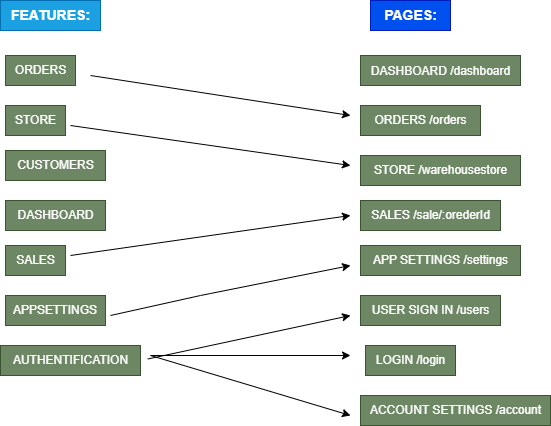
The draw.io diagram public/.drawio.png in jozefkubis/pharmacy, before a commit. Source tidied: cells renumbered, new cells last; positions are measured from the earlier drawing's top-left corner, leaving out a move shared by most shapes. The source it was exported from:
```xml
<mxGraphModel>
  <root>
    <mxCell id="0" />
    <mxCell id="1" parent="0" />
    <mxCell id="2" value="&lt;font style=&quot;font-size: 14px;&quot;&gt;&lt;b&gt;FEATURES:&lt;/b&gt;&lt;/font&gt;" style="text;html=1;align=center;verticalAlign=middle;strokeColor=#006EAF;fillColor=#1ba1e2;fontColor=#ffffff;" parent="1" vertex="1">
      <mxGeometry width="100" height="30" as="geometry" />
    </mxCell>
    <mxCell id="3" value="ORDERS" style="text;html=1;align=center;verticalAlign=middle;strokeColor=#3A5431;fillColor=#6d8764;fontColor=#ffffff;" parent="1" vertex="1">
      <mxGeometry x="5" y="55" width="70" height="30" as="geometry" />
    </mxCell>
    <mxCell id="4" value="STORE" style="text;html=1;align=center;verticalAlign=middle;strokeColor=#3A5431;fillColor=#6d8764;fontColor=#ffffff;" parent="1" vertex="1">
      <mxGeometry x="5" y="105" width="60" height="30" as="geometry" />
    </mxCell>
    <mxCell id="5" value="CUSTOMERS&lt;br&gt;" style="text;html=1;align=center;verticalAlign=middle;strokeColor=#3A5431;fillColor=#6d8764;fontColor=#ffffff;" parent="1" vertex="1">
      <mxGeometry x="5" y="150" width="100" height="30" as="geometry" />
    </mxCell>
    <mxCell id="6" value="DASHBOARD" style="text;html=1;align=center;verticalAlign=middle;strokeColor=#3A5431;fillColor=#6d8764;fontColor=#ffffff;" parent="1" vertex="1">
      <mxGeometry x="5" y="200" width="100" height="30" as="geometry" />
    </mxCell>
    <mxCell id="7" value="SALES" style="text;html=1;align=center;verticalAlign=middle;strokeColor=#3A5431;fillColor=#6d8764;fontColor=#ffffff;" parent="1" vertex="1">
      <mxGeometry x="5" y="245" width="60" height="30" as="geometry" />
    </mxCell>
    <mxCell id="8" value="APPSETTINGS" style="text;strokeColor=#3A5431;align=center;fillColor=#6d8764;html=1;verticalAlign=middle;whiteSpace=wrap;rounded=0;fontColor=#ffffff;" parent="1" vertex="1">
      <mxGeometry x="5" y="295" width="100" height="30" as="geometry" />
    </mxCell>
    <mxCell id="9" value="AUTHENTIFICATION" style="text;html=1;align=center;verticalAlign=middle;points=[];strokeColor=#3A5431;fillColor=#6d8764;fontColor=#ffffff;" parent="1" vertex="1">
      <mxGeometry y="345" width="140" height="30" as="geometry" />
    </mxCell>
    <mxCell id="10" value="&lt;b&gt;PAGES:&lt;/b&gt;" style="text;html=1;align=center;verticalAlign=middle;strokeColor=#001DBC;fillColor=#0050ef;fontSize=14;fontColor=#ffffff;" parent="1" vertex="1">
      <mxGeometry x="370" width="80" height="30" as="geometry" />
    </mxCell>
    <mxCell id="11" style="group;" parent="1" vertex="1">
      <mxGeometry x="360" y="55" width="190" height="370" as="geometry" />
    </mxCell>
    <mxCell id="12" value="&lt;font style=&quot;font-size: 12px;&quot;&gt;DASHBOARD /dashboard&lt;/font&gt;" style="text;html=1;align=center;verticalAlign=middle;strokeColor=#3A5431;fillColor=#6d8764;fontSize=14;fontColor=#ffffff;" parent="11" vertex="1">
      <mxGeometry width="160" height="30" as="geometry" />
    </mxCell>
    <mxCell id="13" value="ORDERS /orders" style="text;html=1;align=center;verticalAlign=middle;strokeColor=#3A5431;fillColor=#6d8764;fontSize=12;fontColor=#ffffff;" parent="11" vertex="1">
      <mxGeometry y="50" width="120" height="30" as="geometry" />
    </mxCell>
    <mxCell id="14" value="STORE /warehousestore" style="text;html=1;align=center;verticalAlign=middle;strokeColor=#3A5431;fillColor=#6d8764;fontSize=12;fontColor=#ffffff;" parent="11" vertex="1">
      <mxGeometry y="100" width="160" height="30" as="geometry" />
    </mxCell>
    <mxCell id="15" value="SALES /sale/:orederId" style="text;html=1;align=center;verticalAlign=middle;strokeColor=#3A5431;fillColor=#6d8764;fontSize=12;fontColor=#ffffff;" parent="11" vertex="1">
      <mxGeometry y="145" width="140" height="30" as="geometry" />
    </mxCell>
    <mxCell id="16" value="APP SETTINGS /settings" style="text;html=1;align=center;verticalAlign=middle;strokeColor=#3A5431;fillColor=#6d8764;fontSize=12;fontColor=#ffffff;" parent="11" vertex="1">
      <mxGeometry y="190" width="160" height="30" as="geometry" />
    </mxCell>
    <mxCell id="17" value="USER SIGN IN /users" style="text;html=1;align=center;verticalAlign=middle;strokeColor=#3A5431;fillColor=#6d8764;fontSize=12;fontColor=#ffffff;" parent="11" vertex="1">
      <mxGeometry y="240" width="140" height="30" as="geometry" />
    </mxCell>
    <mxCell id="18" value="LOGIN /login" style="text;html=1;align=center;verticalAlign=middle;strokeColor=#3A5431;fillColor=#6d8764;fontSize=12;fontColor=#ffffff;" parent="11" vertex="1">
      <mxGeometry x="5" y="290" width="90" height="30" as="geometry" />
    </mxCell>
    <mxCell id="19" value="ACCOUNT SETTINGS /account" style="text;html=1;align=center;verticalAlign=middle;strokeColor=#3A5431;fillColor=#6d8764;fontSize=12;fontColor=#ffffff;" parent="11" vertex="1">
      <mxGeometry y="340" width="190" height="30" as="geometry" />
    </mxCell>
    <mxCell id="20" style="endArrow=classic;html=1;fontSize=12;" parent="1" edge="1">
      <mxGeometry relative="1" as="geometry">
        <mxPoint x="90" y="75" as="sourcePoint" />
        <mxPoint x="350" y="115" as="targetPoint" />
      </mxGeometry>
    </mxCell>
    <mxCell id="21" style="endArrow=classic;html=1;fontSize=12;" parent="1" edge="1">
      <mxGeometry relative="1" as="geometry">
        <mxPoint x="70" y="125" as="sourcePoint" />
        <mxPoint x="350" y="165" as="targetPoint" />
      </mxGeometry>
    </mxCell>
    <mxCell id="22" style="endArrow=classic;html=1;fontSize=12;" parent="1" edge="1">
      <mxGeometry relative="1" as="geometry">
        <mxPoint x="70" y="255" as="sourcePoint" />
        <mxPoint x="350" y="215" as="targetPoint" />
      </mxGeometry>
    </mxCell>
    <mxCell id="23" style="endArrow=classic;html=1;fontSize=12;" parent="1" edge="1">
      <mxGeometry relative="1" as="geometry">
        <mxPoint x="110" y="315" as="sourcePoint" />
        <mxPoint x="350" y="265" as="targetPoint" />
        <Array as="points">
          <mxPoint x="200" y="295" />
        </Array>
      </mxGeometry>
    </mxCell>
    <mxCell id="24" style="endArrow=classic;html=1;fontSize=12;exitX=1.052;exitY=0.45;exitDx=0;exitDy=0;exitPerimeter=0;" parent="1" edge="1" source="9">
      <mxGeometry relative="1" as="geometry">
        <mxPoint x="350" y="315" as="targetPoint" />
      </mxGeometry>
    </mxCell>
    <mxCell id="25" style="endArrow=classic;html=1;fontSize=12;" parent="1" edge="1">
      <mxGeometry relative="1" as="geometry">
        <mxPoint x="150" y="355" as="sourcePoint" />
        <mxPoint x="350" y="355" as="targetPoint" />
      </mxGeometry>
    </mxCell>
    <mxCell id="26" style="endArrow=classic;html=1;fontSize=12;" parent="1" edge="1">
      <mxGeometry relative="1" as="geometry">
        <mxPoint x="150" y="355" as="sourcePoint" />
        <mxPoint x="350" y="415" as="targetPoint" />
      </mxGeometry>
    </mxCell>
  </root>
</mxGraphModel>
```
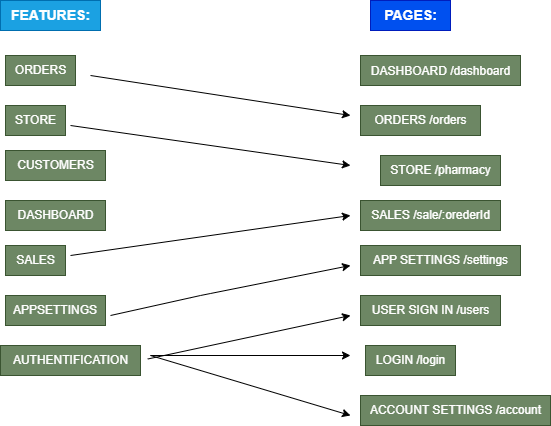
After the commit.

The edit, as a diff of the source:
```diff
@@ -38,8 +38,8 @@
     <mxCell id="13" value="ORDERS /orders" style="text;html=1;align=center;verticalAlign=middle;strokeColor=#3A5431;fillColor=#6d8764;fontSize=12;fontColor=#ffffff;" parent="11" vertex="1">
       <mxGeometry y="50" width="120" height="30" as="geometry" />
     </mxCell>
-    <mxCell id="14" value="STORE /warehousestore" style="text;html=1;align=center;verticalAlign=middle;strokeColor=#3A5431;fillColor=#6d8764;fontSize=12;fontColor=#ffffff;" parent="11" vertex="1">
-      <mxGeometry y="100" width="160" height="30" as="geometry" />
+    <mxCell id="14" value="STORE /pharmacy" style="text;html=1;align=center;verticalAlign=middle;strokeColor=#3A5431;fillColor=#6d8764;fontSize=12;fontColor=#ffffff;" parent="11" vertex="1">
+      <mxGeometry x="20" y="100" width="120" height="30" as="geometry" />
     </mxCell>
     <mxCell id="15" value="SALES /sale/:orederId" style="text;html=1;align=center;verticalAlign=middle;strokeColor=#3A5431;fillColor=#6d8764;fontSize=12;fontColor=#ffffff;" parent="11" vertex="1">
       <mxGeometry y="145" width="140" height="30" as="geometry" />
```
